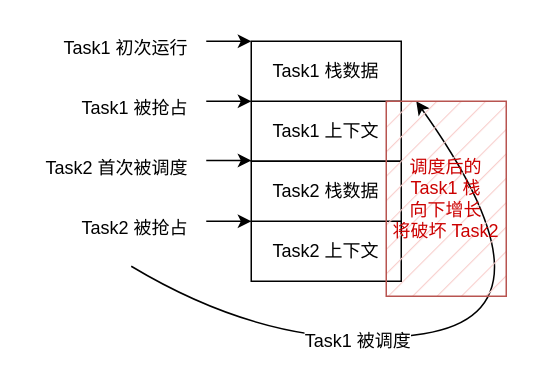
Before: docs/lab2.assets/no_stack.drawio in ZJU-OS/doc, a draw.io diagram. Source tidied: cells renumbered, new cells numbered last; positions are measured from the earlier drawing's top-left corner, leaving out a move shared by most shapes. Both pictures are drawn from the tidied source at 150%, with x=0, y=0 at pixel (26, 26).
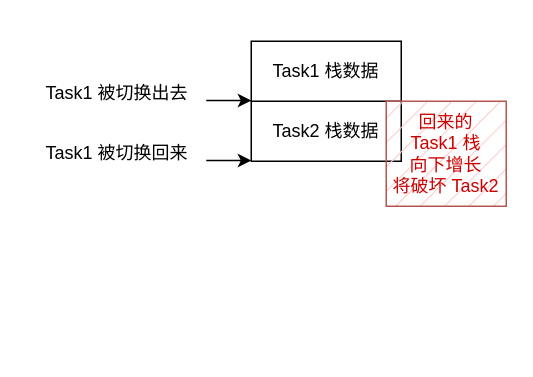
The same diagram, later.

What changed in the source:
```diff
@@
-    <mxCell id="2" value="Task2 上下文" style="rounded=0;whiteSpace=wrap;html=1;" parent="1" vertex="1">
-      <mxGeometry x="150" y="130" width="100" height="40" as="geometry" />
-    </mxCell>
-    <mxCell id="3" value="Task1 上下文" style="rounded=0;whiteSpace=wrap;html=1;" parent="1" vertex="1">
-      <mxGeometry x="150" y="50" width="100" height="40" as="geometry" />
-    </mxCell>
     <mxCell id="4" value="Task2 栈数据" style="rounded=0;whiteSpace=wrap;html=1;" parent="1" vertex="1">
-      <mxGeometry x="150" y="90" width="100" height="40" as="geometry" />
+      <mxGeometry x="150" y="50" width="100" height="40" as="geometry" />
     </mxCell>
-    <mxCell id="5" style="endArrow=classic;html=1;" parent="1" edge="1">
-      <mxGeometry relative="1" as="geometry">
-        <mxPoint x="120" y="50" as="sourcePoint" />
-        <mxPoint x="150" y="50" as="targetPoint" />
-      </mxGeometry>
-    </mxCell>
-    <mxCell id="6" value="Task1 被抢占" style="text;html=1;align=right;verticalAlign=middle;whiteSpace=wrap;rounded=0;" parent="1" vertex="1">
-      <mxGeometry x="30" y="40" width="80" height="30" as="geometry" />
-    </mxCell>
@@
     <mxCell id="8" style="endArrow=classic;html=1;" parent="1" edge="1">
       <mxGeometry relative="1" as="geometry">
-        <mxPoint x="120" y="89.5" as="sourcePoint" />
-        <mxPoint x="150" y="89.5" as="targetPoint" />
+        <mxPoint x="120" y="49.5" as="sourcePoint" />
+        <mxPoint x="150" y="49.5" as="targetPoint" />
       </mxGeometry>
     </mxCell>
-    <mxCell id="9" value="Task2 首次被调度" style="text;html=1;align=right;verticalAlign=middle;whiteSpace=wrap;rounded=0;" parent="1" vertex="1">
-      <mxGeometry y="80" width="110" height="30" as="geometry" />
+    <mxCell id="9" value="Task1 被切换出去" style="text;html=1;align=right;verticalAlign=middle;whiteSpace=wrap;rounded=0;" parent="1" vertex="1">
+      <mxGeometry y="30" width="110" height="30" as="geometry" />
     </mxCell>
-    <mxCell id="10" value="Task1 初次运行" style="text;html=1;align=right;verticalAlign=middle;whiteSpace=wrap;rounded=0;" parent="1" vertex="1">
-      <mxGeometry width="110" height="30" as="geometry" />
-    </mxCell>
-    <mxCell id="11" style="endArrow=classic;html=1;" parent="1" edge="1">
-      <mxGeometry relative="1" as="geometry">
-        <mxPoint x="120" y="10" as="sourcePoint" />
-        <mxPoint x="150" y="10" as="targetPoint" />
-      </mxGeometry>
-    </mxCell>
-    <mxCell id="12" style="endArrow=classic;html=1;" parent="1" edge="1">
-      <mxGeometry relative="1" as="geometry">
-        <mxPoint x="120" y="130" as="sourcePoint" />
-        <mxPoint x="150" y="130" as="targetPoint" />
-      </mxGeometry>
-    </mxCell>
-    <mxCell id="13" value="Task2 被抢占" style="text;html=1;align=right;verticalAlign=middle;whiteSpace=wrap;rounded=0;" parent="1" vertex="1">
-      <mxGeometry x="30" y="120" width="80" height="30" as="geometry" />
-    </mxCell>
-    <mxCell id="14" style="curved=1;endArrow=classic;html=1;" parent="1" edge="1">
-      <mxGeometry relative="1" as="geometry">
-        <mxPoint x="70" y="160" as="sourcePoint" />
-        <mxPoint x="260" y="50" as="targetPoint" />
-        <Array as="points">
-          <mxPoint x="170" y="220" />
-          <mxPoint x="360" y="190" />
-        </Array>
-      </mxGeometry>
-    </mxCell>
-    <mxCell id="15" value="Task1 被调度" style="edgeLabel;html=1;align=center;verticalAlign=middle;fontSize=12;" parent="14" vertex="1">
-      <mxGeometry x="0.54" y="14" relative="1" as="geometry">
-        <mxPoint x="-93" y="61" as="offset" />
-      </mxGeometry>
-    </mxCell>
-    <mxCell id="16" value="&lt;font style=&quot;color: rgb(204, 0, 0);&quot;&gt;调度后的 Task1 栈&lt;/font&gt;&lt;div&gt;&lt;font color=&quot;#cc0000&quot;&gt;向下增长&lt;br&gt;&lt;/font&gt;&lt;div&gt;&lt;font style=&quot;color: rgb(204, 0, 0);&quot;&gt;将破坏 Task2&lt;/font&gt;&lt;/div&gt;&lt;/div&gt;" style="rounded=0;whiteSpace=wrap;html=1;fillColor=#f8cecc;strokeColor=#b85450;fillStyle=hatch;fontColor=#CC0000;" parent="1" vertex="1">
-      <mxGeometry x="240" y="50" width="80" height="130" as="geometry" />
+    <mxCell id="16" value="&lt;font style=&quot;color: rgb(204, 0, 0);&quot;&gt;回来的&lt;/font&gt;&lt;div&gt;&lt;font style=&quot;color: rgb(204, 0, 0);&quot;&gt;Task1 栈&lt;/font&gt;&lt;div&gt;&lt;font color=&quot;#cc0000&quot;&gt;向下增长&lt;br&gt;&lt;/font&gt;&lt;div&gt;&lt;font style=&quot;color: rgb(204, 0, 0);&quot;&gt;将破坏 Task2&lt;/font&gt;&lt;/div&gt;&lt;/div&gt;&lt;/div&gt;" style="rounded=0;whiteSpace=wrap;html=1;fillColor=#f8cecc;strokeColor=#b85450;fillStyle=hatch;fontColor=#CC0000;" parent="1" vertex="1">
+      <mxGeometry x="240" y="50" width="80" height="70" as="geometry" />
     </mxCell>
+    <mxCell id="2" style="endArrow=classic;html=1;" parent="1" edge="1">
+      <mxGeometry relative="1" as="geometry">
+        <mxPoint x="120" y="89.5" as="sourcePoint" />
+        <mxPoint x="150" y="89.5" as="targetPoint" />
+      </mxGeometry>
+    </mxCell>
+    <mxCell id="17" value="Task1 被切换回来" style="text;html=1;align=right;verticalAlign=middle;whiteSpace=wrap;rounded=0;" parent="1" vertex="1">
+      <mxGeometry y="70" width="110" height="30" as="geometry" />
+    </mxCell>
```
